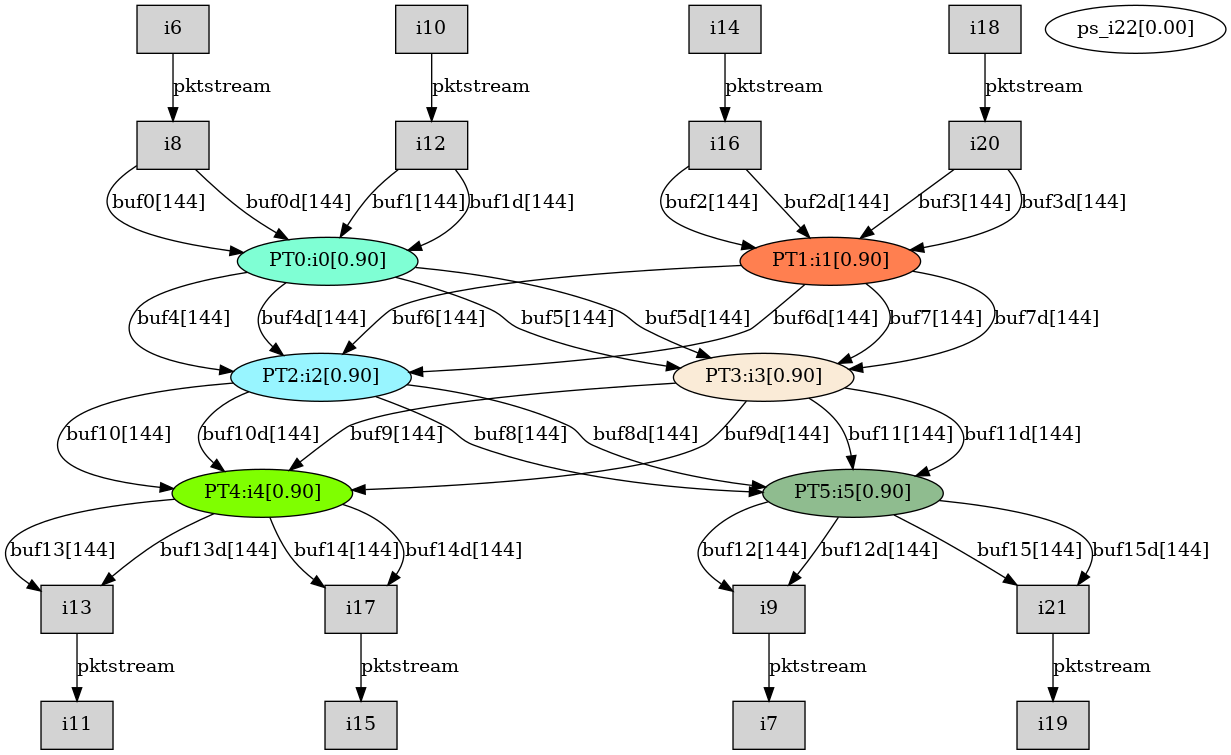
Above: TriBlock/Work/reports/TopGraph.png in lxy-littlechai/SVD (Graphviz), before the change. Its source is kept beside it as TriBlock/Work/reports/TopGraph.dot.
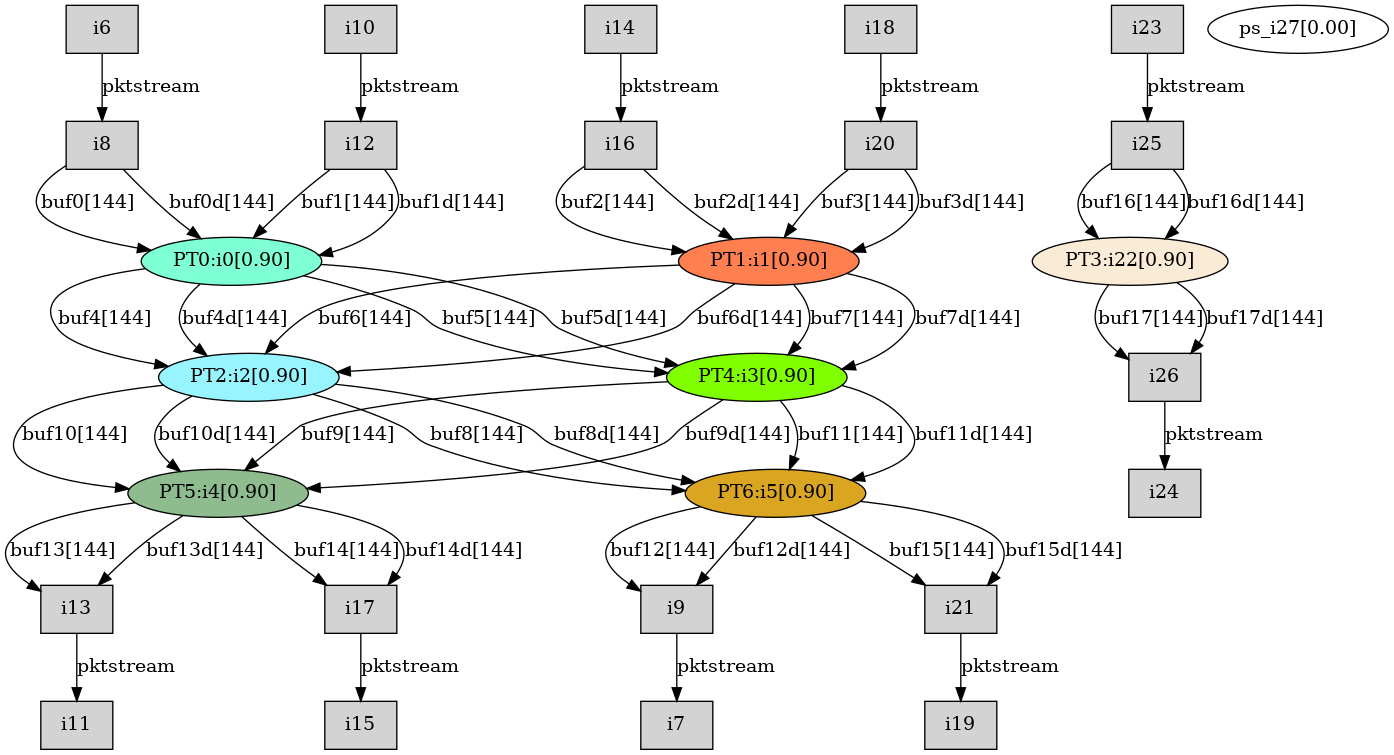
The same diagram one commit later.

The edit, as a diff of the source:
```diff
@@ -2,9 +2,9 @@
 "PT0:i0[0.90]" [style=filled, fillcolor=aquamarine];
 "PT1:i1[0.90]" [style=filled, fillcolor=coral];
 "PT2:i2[0.90]" [style=filled, fillcolor=cadetblue1];
-"PT3:i3[0.90]" [style=filled, fillcolor=antiquewhite];
-"PT4:i4[0.90]" [style=filled, fillcolor=chartreuse];
-"PT5:i5[0.90]" [style=filled, fillcolor=darkseagreen];
+"PT4:i3[0.90]" [style=filled, fillcolor=chartreuse];
+"PT5:i4[0.90]" [style=filled, fillcolor=darkseagreen];
+"PT6:i5[0.90]" [style=filled, fillcolor=goldenrod];
 "i6" [shape=box style=filled, fillcolor=lightgrey];
 "i7" [shape=box style=filled, fillcolor=lightgrey];
 "i8" [shape=box style=filled, fillcolor=lightgrey];
@@ -21,23 +21,28 @@
 "i19" [shape=box style=filled, fillcolor=lightgrey];
 "i20" [shape=box style=filled, fillcolor=lightgrey];
 "i21" [shape=box style=filled, fillcolor=lightgrey];
-"ps_i22[0.00]";
+"PT3:i22[0.90]" [style=filled, fillcolor=antiquewhite];
+"i23" [shape=box style=filled, fillcolor=lightgrey];
+"i24" [shape=box style=filled, fillcolor=lightgrey];
+"i25" [shape=box style=filled, fillcolor=lightgrey];
+"i26" [shape=box style=filled, fillcolor=lightgrey];
+"ps_i27[0.00]";
 "i8" -> "PT0:i0[0.90]" [label="buf0[144]"];
 "i12" -> "PT0:i0[0.90]" [label="buf1[144]"];
 "i16" -> "PT1:i1[0.90]" [label="buf2[144]"];
 "i20" -> "PT1:i1[0.90]" [label="buf3[144]"];
 "PT0:i0[0.90]" -> "PT2:i2[0.90]" [label="buf4[144]"];
-"PT0:i0[0.90]" -> "PT3:i3[0.90]" [label="buf5[144]"];
+"PT0:i0[0.90]" -> "PT4:i3[0.90]" [label="buf5[144]"];
 "PT1:i1[0.90]" -> "PT2:i2[0.90]" [label="buf6[144]"];
-"PT1:i1[0.90]" -> "PT3:i3[0.90]" [label="buf7[144]"];
-"PT2:i2[0.90]" -> "PT5:i5[0.90]" [label="buf8[144]"];
-"PT3:i3[0.90]" -> "PT4:i4[0.90]" [label="buf9[144]"];
-"PT2:i2[0.90]" -> "PT4:i4[0.90]" [label="buf10[144]"];
-"PT3:i3[0.90]" -> "PT5:i5[0.90]" [label="buf11[144]"];
-"PT5:i5[0.90]" -> "i9" [label="buf12[144]"];
-"PT4:i4[0.90]" -> "i13" [label="buf13[144]"];
-"PT4:i4[0.90]" -> "i17" [label="buf14[144]"];
-"PT5:i5[0.90]" -> "i21" [label="buf15[144]"];
+"PT1:i1[0.90]" -> "PT4:i3[0.90]" [label="buf7[144]"];
+"PT2:i2[0.90]" -> "PT6:i5[0.90]" [label="buf8[144]"];
+"PT4:i3[0.90]" -> "PT5:i4[0.90]" [label="buf9[144]"];
+"PT2:i2[0.90]" -> "PT5:i4[0.90]" [label="buf10[144]"];
+"PT4:i3[0.90]" -> "PT6:i5[0.90]" [label="buf11[144]"];
+"PT6:i5[0.90]" -> "i9" [label="buf12[144]"];
+"PT5:i4[0.90]" -> "i13" [label="buf13[144]"];
+"PT5:i4[0.90]" -> "i17" [label="buf14[144]"];
+"PT6:i5[0.90]" -> "i21" [label="buf15[144]"];
 "i6" -> "i8" [label="pktstream"];
 "i9" -> "i7" [label="pktstream"];
 "i14" -> "i16" [label="pktstream"];
@@ -46,20 +51,26 @@
 "i13" -> "i11" [label="pktstream"];
 "i18" -> "i20" [label="pktstream"];
 "i21" -> "i19" [label="pktstream"];
+"i25" -> "PT3:i22[0.90]" [label="buf16[144]"];
+"PT3:i22[0.90]" -> "i26" [label="buf17[144]"];
+"i23" -> "i25" [label="pktstream"];
+"i26" -> "i24" [label="pktstream"];
 "i8" -> "PT0:i0[0.90]" [label="buf0d[144]"];
 "i12" -> "PT0:i0[0.90]" [label="buf1d[144]"];
 "i16" -> "PT1:i1[0.90]" [label="buf2d[144]"];
 "i20" -> "PT1:i1[0.90]" [label="buf3d[144]"];
 "PT0:i0[0.90]" -> "PT2:i2[0.90]" [label="buf4d[144]"];
-"PT0:i0[0.90]" -> "PT3:i3[0.90]" [label="buf5d[144]"];
+"PT0:i0[0.90]" -> "PT4:i3[0.90]" [label="buf5d[144]"];
 "PT1:i1[0.90]" -> "PT2:i2[0.90]" [label="buf6d[144]"];
-"PT1:i1[0.90]" -> "PT3:i3[0.90]" [label="buf7d[144]"];
-"PT2:i2[0.90]" -> "PT5:i5[0.90]" [label="buf8d[144]"];
-"PT3:i3[0.90]" -> "PT4:i4[0.90]" [label="buf9d[144]"];
-"PT2:i2[0.90]" -> "PT4:i4[0.90]" [label="buf10d[144]"];
-"PT3:i3[0.90]" -> "PT5:i5[0.90]" [label="buf11d[144]"];
-"PT5:i5[0.90]" -> "i9" [label="buf12d[144]"];
-"PT4:i4[0.90]" -> "i13" [label="buf13d[144]"];
-"PT4:i4[0.90]" -> "i17" [label="buf14d[144]"];
-"PT5:i5[0.90]" -> "i21" [label="buf15d[144]"];
+"PT1:i1[0.90]" -> "PT4:i3[0.90]" [label="buf7d[144]"];
+"PT2:i2[0.90]" -> "PT6:i5[0.90]" [label="buf8d[144]"];
+"PT4:i3[0.90]" -> "PT5:i4[0.90]" [label="buf9d[144]"];
+"PT2:i2[0.90]" -> "PT5:i4[0.90]" [label="buf10d[144]"];
+"PT4:i3[0.90]" -> "PT6:i5[0.90]" [label="buf11d[144]"];
+"PT6:i5[0.90]" -> "i9" [label="buf12d[144]"];
+"PT5:i4[0.90]" -> "i13" [label="buf13d[144]"];
+"PT5:i4[0.90]" -> "i17" [label="buf14d[144]"];
+"PT6:i5[0.90]" -> "i21" [label="buf15d[144]"];
+"i25" -> "PT3:i22[0.90]" [label="buf16d[144]"];
+"PT3:i22[0.90]" -> "i26" [label="buf17d[144]"];
 }
```
